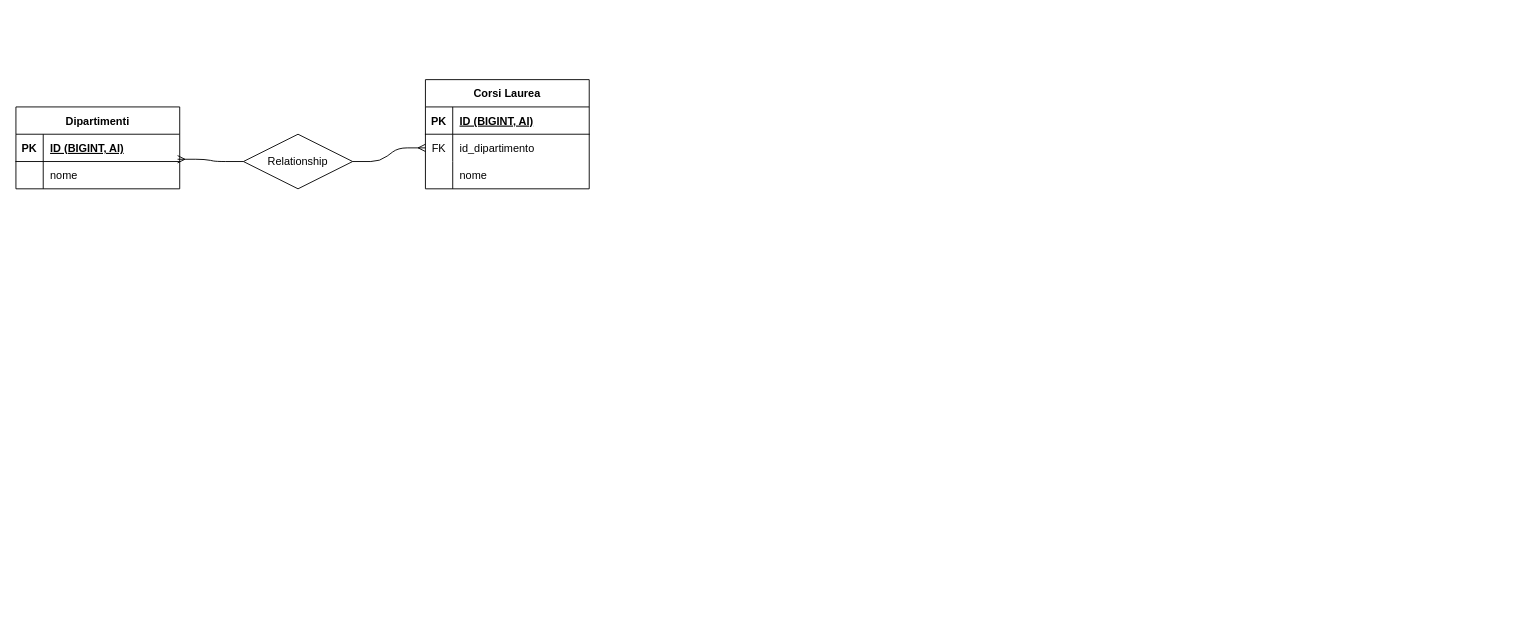
Earlier version of the draw.io diagram schema.drawio (Pietroo03/db-university). Source tidied: cells renumbered, new cells numbered last; positions are measured from the earlier drawing's top-left corner, leaving out a move shared by most shapes. Both pictures are drawn from the tidied source at 91%, with x=0, y=0 at pixel (15, 79).
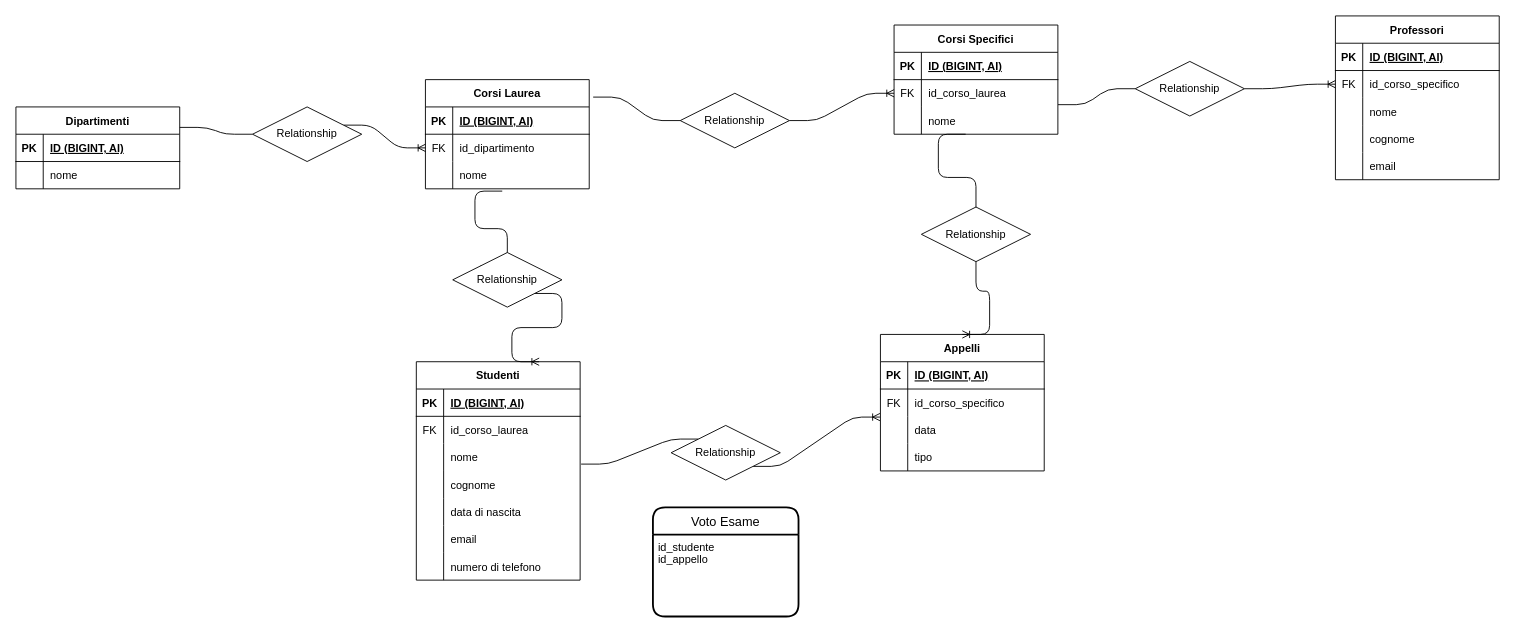
The same diagram, later.

The change refers to these unchanged cells:
```xml
<mxCell id="2" value="Dipartimenti" style="shape=table;startSize=30;childLayout=tableLayout;rowLines=0;fontStyle=1;align=center;" parent="1" vertex="1">
  <mxGeometry y="30" width="180" height="90" as="geometry" />
</mxCell>
<mxCell id="6" style="shape=tableRow;horizontal=0;startSize=0;swimlaneHead=0;swimlaneBody=0;fillColor=none;points=[[0,0.5],[1,0.5]];portConstraint=eastwest;top=0;left=0;right=0;bottom=0;" parent="2" vertex="1">
  <mxGeometry y="60" width="180" height="30" as="geometry" />
</mxCell>
<mxCell id="9" value="Corsi Laurea" style="shape=table;startSize=30;childLayout=tableLayout;rowLines=0;fontStyle=1;align=center;" parent="1" vertex="1">
  <mxGeometry x="450" width="180" height="120" as="geometry" />
</mxCell>
<mxCell id="13" style="shape=tableRow;horizontal=0;startSize=0;swimlaneHead=0;swimlaneBody=0;fillColor=none;points=[[0,0.5],[1,0.5]];portConstraint=eastwest;top=0;left=0;right=0;bottom=0;" parent="9" vertex="1">
  <mxGeometry y="60" width="180" height="30" as="geometry" />
</mxCell>
<mxCell id="16" style="shape=tableRow;horizontal=0;startSize=0;swimlaneHead=0;swimlaneBody=0;fillColor=none;points=[[0,0.5],[1,0.5]];portConstraint=eastwest;top=0;left=0;right=0;bottom=0;" parent="9" vertex="1">
  <mxGeometry y="90" width="180" height="30" as="geometry" />
</mxCell>
```

Change to the diagram source:
```diff
@@
+    <mxCell id="22" value="Corsi Specifici" style="shape=table;startSize=30;childLayout=tableLayout;rowLines=0;fontStyle=1;align=center;" parent="1" vertex="1">
+      <mxGeometry x="965" y="-60" width="180" height="120" as="geometry" />
+    </mxCell>
+    <mxCell id="23" style="shape=tableRow;horizontal=0;startSize=0;swimlaneHead=0;swimlaneBody=0;fillColor=none;top=0;left=0;right=0;bottom=1;" parent="22" vertex="1">
+      <mxGeometry y="30" width="180" height="30" as="geometry" />
+    </mxCell>
+    <mxCell id="24" value="PK" style="shape=partialRectangle;fillColor=none;top=0;left=0;bottom=0;right=0;fontStyle=1;overflow=hidden;" parent="23" vertex="1">
+      <mxGeometry width="30" height="30" as="geometry" />
+    </mxCell>
+    <mxCell id="25" value="ID (BIGINT, AI)" style="shape=partialRectangle;fillColor=none;top=0;left=0;bottom=0;right=0;align=left;spacingLeft=6;fontStyle=5;overflow=hidden;" parent="23" vertex="1">
+      <mxGeometry x="30" width="150" height="30" as="geometry" />
+    </mxCell>
+    <mxCell id="26" style="shape=tableRow;horizontal=0;startSize=0;swimlaneHead=0;swimlaneBody=0;fillColor=none;points=[[0,0.5],[1,0.5]];portConstraint=eastwest;top=0;left=0;right=0;bottom=0;" parent="22" vertex="1">
+      <mxGeometry y="60" width="180" height="30" as="geometry" />
+    </mxCell>
+    <mxCell id="27" value="FK" style="shape=partialRectangle;fillColor=none;top=0;left=0;bottom=0;right=0;overflow=hidden;" parent="26" vertex="1">
+      <mxGeometry width="30" height="30" as="geometry" />
+    </mxCell>
+    <mxCell id="28" value="id_corso_laurea" style="shape=partialRectangle;fillColor=none;top=0;left=0;bottom=0;right=0;align=left;spacingLeft=6;overflow=hidden;" parent="26" vertex="1">
+      <mxGeometry x="30" width="150" height="30" as="geometry" />
+    </mxCell>
+    <mxCell id="29" style="shape=tableRow;horizontal=0;startSize=0;swimlaneHead=0;swimlaneBody=0;fillColor=none;points=[[0,0.5],[1,0.5]];portConstraint=eastwest;top=0;left=0;right=0;bottom=0;" parent="22" vertex="1">
+      <mxGeometry y="90" width="180" height="30" as="geometry" />
+    </mxCell>
+    <mxCell id="30" style="shape=partialRectangle;fillColor=none;top=0;left=0;bottom=0;right=0;overflow=hidden;" parent="29" vertex="1">
+      <mxGeometry width="30" height="30" as="geometry" />
+    </mxCell>
+    <mxCell id="31" value="nome" style="shape=partialRectangle;fillColor=none;top=0;left=0;bottom=0;right=0;align=left;spacingLeft=6;overflow=hidden;" parent="29" vertex="1">
+      <mxGeometry x="30" width="150" height="30" as="geometry" />
+    </mxCell>
-    <mxCell id="19" style="edgeStyle=entityRelationEdgeStyle;fontSize=12;html=1;endArrow=ERmany;startArrow=none;entryX=0;entryY=0.5;entryDx=0;entryDy=0;" parent="1" edge="1" source="21" target="13">
+    <mxCell id="19" style="edgeStyle=entityRelationEdgeStyle;fontSize=12;html=1;endArrow=ERoneToMany;exitX=1;exitY=0.25;exitDx=0;exitDy=0;entryX=0;entryY=0.5;entryDx=0;entryDy=0;startArrow=none;" parent="1" edge="1" source="21" target="13">
       <mxGeometry relative="1" as="geometry" />
     </mxCell>
-    <mxCell id="20" style="edgeStyle=entityRelationEdgeStyle;fontSize=12;html=1;endArrow=none;startArrow=ERmany;entryX=0;entryY=0.5;entryDx=0;entryDy=0;exitX=0.987;exitY=-0.083;exitDx=0;exitDy=0;exitPerimeter=0;" parent="1" edge="1" source="6" target="21">
-      <mxGeometry relative="1" as="geometry" />
-    </mxCell>
+    <mxCell id="32" style="edgeStyle=entityRelationEdgeStyle;fontSize=12;html=1;endArrow=none;exitX=1;exitY=0.25;exitDx=0;exitDy=0;entryX=0;entryY=0.5;entryDx=0;entryDy=0;" parent="1" edge="1" source="2" target="21">
+      <mxGeometry relative="1" as="geometry" />
+    </mxCell>
     <mxCell id="21" value="Relationship" style="shape=rhombus;perimeter=rhombusPerimeter;whiteSpace=wrap;html=1;align=center;" parent="1" vertex="1">
-      <mxGeometry x="250" y="60" width="120" height="60" as="geometry" />
+      <mxGeometry x="260" y="30" width="120" height="60" as="geometry" />
     </mxCell>
+    <mxCell id="33" style="edgeStyle=entityRelationEdgeStyle;fontSize=12;html=1;endArrow=ERoneToMany;exitX=1;exitY=0.5;exitDx=0;exitDy=0;entryX=0;entryY=0.5;entryDx=0;entryDy=0;startArrow=none;" parent="1" edge="1" source="35" target="26">
+      <mxGeometry relative="1" as="geometry" />
+    </mxCell>
+    <mxCell id="34" style="edgeStyle=entityRelationEdgeStyle;fontSize=12;html=1;endArrow=none;exitX=1.024;exitY=0.16;exitDx=0;exitDy=0;exitPerimeter=0;entryX=0;entryY=0.5;entryDx=0;entryDy=0;" parent="1" edge="1" source="9" target="35">
+      <mxGeometry relative="1" as="geometry" />
+    </mxCell>
+    <mxCell id="35" value="Relationship" style="shape=rhombus;perimeter=rhombusPerimeter;whiteSpace=wrap;html=1;align=center;" parent="1" vertex="1">
+      <mxGeometry x="730" y="15" width="120" height="60" as="geometry" />
+    </mxCell>
+    <mxCell id="36" value="Professori" style="shape=table;startSize=30;childLayout=tableLayout;rowLines=0;fontStyle=1;align=center;" parent="1" vertex="1">
+      <mxGeometry x="1450" y="-70" width="180" height="180" as="geometry" />
+    </mxCell>
+    <mxCell id="37" style="shape=tableRow;horizontal=0;startSize=0;swimlaneHead=0;swimlaneBody=0;fillColor=none;top=0;left=0;right=0;bottom=1;" parent="36" vertex="1">
+      <mxGeometry y="30" width="180" height="30" as="geometry" />
+    </mxCell>
+    <mxCell id="38" value="PK" style="shape=partialRectangle;fillColor=none;top=0;left=0;bottom=0;right=0;fontStyle=1;overflow=hidden;" parent="37" vertex="1">
+      <mxGeometry width="30" height="30" as="geometry" />
+    </mxCell>
+    <mxCell id="39" value="ID (BIGINT, AI)" style="shape=partialRectangle;fillColor=none;top=0;left=0;bottom=0;right=0;align=left;spacingLeft=6;fontStyle=5;overflow=hidden;" parent="37" vertex="1">
+      <mxGeometry x="30" width="150" height="30" as="geometry" />
+    </mxCell>
+    <mxCell id="40" style="shape=tableRow;horizontal=0;startSize=0;swimlaneHead=0;swimlaneBody=0;fillColor=none;points=[[0,0.5],[1,0.5]];portConstraint=eastwest;top=0;left=0;right=0;bottom=0;" parent="36" vertex="1">
+      <mxGeometry y="60" width="180" height="30" as="geometry" />
+    </mxCell>
+    <mxCell id="41" value="FK" style="shape=partialRectangle;fillColor=none;top=0;left=0;bottom=0;right=0;overflow=hidden;" parent="40" vertex="1">
+      <mxGeometry width="30" height="30" as="geometry" />
+    </mxCell>
+    <mxCell id="42" value="id_corso_specifico" style="shape=partialRectangle;fillColor=none;top=0;left=0;bottom=0;right=0;align=left;spacingLeft=6;overflow=hidden;" parent="40" vertex="1">
+      <mxGeometry x="30" width="150" height="30" as="geometry" />
+    </mxCell>
+    <mxCell id="43" style="shape=tableRow;horizontal=0;startSize=0;swimlaneHead=0;swimlaneBody=0;fillColor=none;top=0;left=0;right=0;bottom=0;" parent="36" vertex="1">
+      <mxGeometry y="90" width="180" height="30" as="geometry" />
+    </mxCell>
+    <mxCell id="44" style="shape=partialRectangle;fillColor=none;top=0;left=0;bottom=0;right=0;overflow=hidden;" parent="43" vertex="1">
+      <mxGeometry width="30" height="30" as="geometry" />
+    </mxCell>
+    <mxCell id="45" value="nome" style="shape=partialRectangle;fillColor=none;top=0;left=0;bottom=0;right=0;align=left;spacingLeft=6;overflow=hidden;" parent="43" vertex="1">
+      <mxGeometry x="30" width="150" height="30" as="geometry" />
+    </mxCell>
+    <mxCell id="46" style="shape=tableRow;horizontal=0;startSize=0;swimlaneHead=0;swimlaneBody=0;fillColor=none;top=0;left=0;right=0;bottom=0;" parent="36" vertex="1">
+      <mxGeometry y="120" width="180" height="30" as="geometry" />
+    </mxCell>
+    <mxCell id="47" style="shape=partialRectangle;fillColor=none;top=0;left=0;bottom=0;right=0;overflow=hidden;" parent="46" vertex="1">
+      <mxGeometry width="30" height="30" as="geometry" />
+    </mxCell>
+    <mxCell id="48" value="cognome" style="shape=partialRectangle;fillColor=none;top=0;left=0;bottom=0;right=0;align=left;spacingLeft=6;overflow=hidden;" parent="46" vertex="1">
+      <mxGeometry x="30" width="150" height="30" as="geometry" />
+    </mxCell>
+    <mxCell id="49" style="shape=tableRow;horizontal=0;startSize=0;swimlaneHead=0;swimlaneBody=0;fillColor=none;top=0;left=0;right=0;bottom=0;" parent="36" vertex="1">
+      <mxGeometry y="150" width="180" height="30" as="geometry" />
+    </mxCell>
+    <mxCell id="50" style="shape=partialRectangle;fillColor=none;top=0;left=0;bottom=0;right=0;overflow=hidden;" parent="49" vertex="1">
+      <mxGeometry width="30" height="30" as="geometry" />
+    </mxCell>
+    <mxCell id="51" value="email" style="shape=partialRectangle;fillColor=none;top=0;left=0;bottom=0;right=0;align=left;spacingLeft=6;overflow=hidden;" parent="49" vertex="1">
+      <mxGeometry x="30" width="150" height="30" as="geometry" />
+    </mxCell>
+    <mxCell id="52" style="edgeStyle=entityRelationEdgeStyle;fontSize=12;html=1;endArrow=ERoneToMany;exitX=1;exitY=0.5;exitDx=0;exitDy=0;startArrow=none;" parent="1" edge="1" source="54" target="40">
+      <mxGeometry relative="1" as="geometry" />
+    </mxCell>
+    <mxCell id="53" style="edgeStyle=entityRelationEdgeStyle;fontSize=12;html=1;endArrow=none;entryX=0;entryY=0.5;entryDx=0;entryDy=0;exitX=1.001;exitY=-0.083;exitDx=0;exitDy=0;exitPerimeter=0;" parent="1" edge="1" source="29" target="54">
+      <mxGeometry relative="1" as="geometry" />
+    </mxCell>
+    <mxCell id="54" value="Relationship" style="shape=rhombus;perimeter=rhombusPerimeter;whiteSpace=wrap;html=1;align=center;" parent="1" vertex="1">
+      <mxGeometry x="1230" y="-20" width="120" height="60" as="geometry" />
+    </mxCell>
+    <mxCell id="55" value="Studenti" style="shape=table;startSize=30;childLayout=tableLayout;rowLines=0;fontStyle=1;align=center;" parent="1" vertex="1">
+      <mxGeometry x="440" y="310" width="180" height="240" as="geometry" />
+    </mxCell>
+    <mxCell id="56" style="shape=tableRow;horizontal=0;startSize=0;swimlaneHead=0;swimlaneBody=0;fillColor=none;top=0;left=0;right=0;bottom=1;" parent="55" vertex="1">
+      <mxGeometry y="30" width="180" height="30" as="geometry" />
+    </mxCell>
+    <mxCell id="57" value="PK" style="shape=partialRectangle;fillColor=none;top=0;left=0;bottom=0;right=0;fontStyle=1;overflow=hidden;" parent="56" vertex="1">
+      <mxGeometry width="30" height="30" as="geometry" />
+    </mxCell>
+    <mxCell id="58" value="ID (BIGINT, AI)" style="shape=partialRectangle;fillColor=none;top=0;left=0;bottom=0;right=0;align=left;spacingLeft=6;fontStyle=5;overflow=hidden;" parent="56" vertex="1">
+      <mxGeometry x="30" width="150" height="30" as="geometry" />
+    </mxCell>
+    <mxCell id="59" style="shape=tableRow;horizontal=0;startSize=0;swimlaneHead=0;swimlaneBody=0;fillColor=none;top=0;left=0;right=0;bottom=0;" parent="55" vertex="1">
+      <mxGeometry y="60" width="180" height="30" as="geometry" />
+    </mxCell>
+    <mxCell id="60" value="FK" style="shape=partialRectangle;fillColor=none;top=0;left=0;bottom=0;right=0;overflow=hidden;" parent="59" vertex="1">
+      <mxGeometry width="30" height="30" as="geometry" />
+    </mxCell>
+    <mxCell id="61" value="id_corso_laurea" style="shape=partialRectangle;fillColor=none;top=0;left=0;bottom=0;right=0;align=left;spacingLeft=6;overflow=hidden;" parent="59" vertex="1">
+      <mxGeometry x="30" width="150" height="30" as="geometry" />
+    </mxCell>
+    <mxCell id="62" style="shape=tableRow;horizontal=0;startSize=0;swimlaneHead=0;swimlaneBody=0;fillColor=none;points=[[0,0.5],[1,0.5]];portConstraint=eastwest;top=0;left=0;right=0;bottom=0;" parent="55" vertex="1">
+      <mxGeometry y="90" width="180" height="30" as="geometry" />
+    </mxCell>
+    <mxCell id="63" style="shape=partialRectangle;fillColor=none;top=0;left=0;bottom=0;right=0;overflow=hidden;" parent="62" vertex="1">
+      <mxGeometry width="30" height="30" as="geometry" />
+    </mxCell>
+    <mxCell id="64" value="nome" style="shape=partialRectangle;fillColor=none;top=0;left=0;bottom=0;right=0;align=left;spacingLeft=6;overflow=hidden;" parent="62" vertex="1">
+      <mxGeometry x="30" width="150" height="30" as="geometry" />
+    </mxCell>
+    <mxCell id="65" style="shape=tableRow;horizontal=0;startSize=0;swimlaneHead=0;swimlaneBody=0;fillColor=none;top=0;left=0;right=0;bottom=0;" parent="55" vertex="1">
+      <mxGeometry y="120" width="180" height="30" as="geometry" />
+    </mxCell>
+    <mxCell id="66" style="shape=partialRectangle;fillColor=none;top=0;left=0;bottom=0;right=0;overflow=hidden;" parent="65" vertex="1">
+      <mxGeometry width="30" height="30" as="geometry" />
+    </mxCell>
+    <mxCell id="67" value="cognome" style="shape=partialRectangle;fillColor=none;top=0;left=0;bottom=0;right=0;align=left;spacingLeft=6;overflow=hidden;" parent="65" vertex="1">
+      <mxGeometry x="30" width="150" height="30" as="geometry" />
+    </mxCell>
+    <mxCell id="68" style="shape=tableRow;horizontal=0;startSize=0;swimlaneHead=0;swimlaneBody=0;fillColor=none;top=0;left=0;right=0;bottom=0;" parent="55" vertex="1">
+      <mxGeometry y="150" width="180" height="30" as="geometry" />
+    </mxCell>
+    <mxCell id="69" style="shape=partialRectangle;fillColor=none;top=0;left=0;bottom=0;right=0;overflow=hidden;" parent="68" vertex="1">
+      <mxGeometry width="30" height="30" as="geometry" />
+    </mxCell>
+    <mxCell id="70" value="data di nascita" style="shape=partialRectangle;fillColor=none;top=0;left=0;bottom=0;right=0;align=left;spacingLeft=6;overflow=hidden;" parent="68" vertex="1">
+      <mxGeometry x="30" width="150" height="30" as="geometry" />
+    </mxCell>
+    <mxCell id="71" style="shape=tableRow;horizontal=0;startSize=0;swimlaneHead=0;swimlaneBody=0;fillColor=none;top=0;left=0;right=0;bottom=0;" parent="55" vertex="1">
+      <mxGeometry y="180" width="180" height="30" as="geometry" />
+    </mxCell>
+    <mxCell id="72" style="shape=partialRectangle;fillColor=none;top=0;left=0;bottom=0;right=0;overflow=hidden;" parent="71" vertex="1">
+      <mxGeometry width="30" height="30" as="geometry" />
+    </mxCell>
+    <mxCell id="73" value="email" style="shape=partialRectangle;fillColor=none;top=0;left=0;bottom=0;right=0;align=left;spacingLeft=6;overflow=hidden;" parent="71" vertex="1">
+      <mxGeometry x="30" width="150" height="30" as="geometry" />
+    </mxCell>
+    <mxCell id="74" style="shape=tableRow;horizontal=0;startSize=0;swimlaneHead=0;swimlaneBody=0;fillColor=none;top=0;left=0;right=0;bottom=0;" parent="55" vertex="1">
+      <mxGeometry y="210" width="180" height="30" as="geometry" />
+    </mxCell>
+    <mxCell id="75" style="shape=partialRectangle;fillColor=none;top=0;left=0;bottom=0;right=0;overflow=hidden;" parent="74" vertex="1">
+      <mxGeometry width="30" height="30" as="geometry" />
+    </mxCell>
+    <mxCell id="76" value="numero di telefono" style="shape=partialRectangle;fillColor=none;top=0;left=0;bottom=0;right=0;align=left;spacingLeft=6;overflow=hidden;" parent="74" vertex="1">
+      <mxGeometry x="30" width="150" height="30" as="geometry" />
+    </mxCell>
+    <mxCell id="77" style="edgeStyle=entityRelationEdgeStyle;fontSize=12;html=1;endArrow=ERoneToMany;entryX=0.75;entryY=0;entryDx=0;entryDy=0;exitX=1;exitY=1;exitDx=0;exitDy=0;startArrow=none;" parent="1" edge="1" source="79" target="55">
+      <mxGeometry relative="1" as="geometry" />
+    </mxCell>
+    <mxCell id="78" style="edgeStyle=entityRelationEdgeStyle;fontSize=12;html=1;endArrow=none;entryX=0;entryY=0;entryDx=0;entryDy=0;exitX=0.469;exitY=1.084;exitDx=0;exitDy=0;exitPerimeter=0;" parent="1" edge="1" source="16" target="79">
+      <mxGeometry relative="1" as="geometry" />
+    </mxCell>
+    <mxCell id="79" value="Relationship" style="shape=rhombus;perimeter=rhombusPerimeter;whiteSpace=wrap;html=1;align=center;" parent="1" vertex="1">
+      <mxGeometry x="480" y="190" width="120" height="60" as="geometry" />
+    </mxCell>
+    <mxCell id="80" value="Appelli" style="shape=table;startSize=30;childLayout=tableLayout;rowLines=0;fontStyle=1;align=center;" parent="1" vertex="1">
+      <mxGeometry x="950" y="280" width="180" height="150" as="geometry" />
+    </mxCell>
+    <mxCell id="81" style="shape=tableRow;horizontal=0;startSize=0;swimlaneHead=0;swimlaneBody=0;fillColor=none;top=0;left=0;right=0;bottom=1;" parent="80" vertex="1">
+      <mxGeometry y="30" width="180" height="30" as="geometry" />
+    </mxCell>
+    <mxCell id="82" value="PK" style="shape=partialRectangle;fillColor=none;top=0;left=0;bottom=0;right=0;fontStyle=1;overflow=hidden;" parent="81" vertex="1">
+      <mxGeometry width="30" height="30" as="geometry" />
+    </mxCell>
+    <mxCell id="83" value="ID (BIGINT, AI)" style="shape=partialRectangle;fillColor=none;top=0;left=0;bottom=0;right=0;align=left;spacingLeft=6;fontStyle=5;overflow=hidden;" parent="81" vertex="1">
+      <mxGeometry x="30" width="150" height="30" as="geometry" />
+    </mxCell>
+    <mxCell id="84" style="shape=tableRow;horizontal=0;startSize=0;swimlaneHead=0;swimlaneBody=0;fillColor=none;top=0;left=0;right=0;bottom=0;" parent="80" vertex="1">
+      <mxGeometry y="60" width="180" height="30" as="geometry" />
+    </mxCell>
+    <mxCell id="85" value="FK" style="shape=partialRectangle;fillColor=none;top=0;left=0;bottom=0;right=0;overflow=hidden;" parent="84" vertex="1">
+      <mxGeometry width="30" height="30" as="geometry" />
+    </mxCell>
+    <mxCell id="86" value="id_corso_specifico" style="shape=partialRectangle;fillColor=none;top=0;left=0;bottom=0;right=0;align=left;spacingLeft=6;overflow=hidden;" parent="84" vertex="1">
+      <mxGeometry x="30" width="150" height="30" as="geometry" />
+    </mxCell>
+    <mxCell id="87" style="shape=tableRow;horizontal=0;startSize=0;swimlaneHead=0;swimlaneBody=0;fillColor=none;points=[[0,0.5],[1,0.5]];portConstraint=eastwest;top=0;left=0;right=0;bottom=0;" parent="80" vertex="1">
+      <mxGeometry y="90" width="180" height="30" as="geometry" />
+    </mxCell>
+    <mxCell id="88" style="shape=partialRectangle;fillColor=none;top=0;left=0;bottom=0;right=0;overflow=hidden;" parent="87" vertex="1">
+      <mxGeometry width="30" height="30" as="geometry" />
+    </mxCell>
+    <mxCell id="89" value="data" style="shape=partialRectangle;fillColor=none;top=0;left=0;bottom=0;right=0;align=left;spacingLeft=6;overflow=hidden;" parent="87" vertex="1">
+      <mxGeometry x="30" width="150" height="30" as="geometry" />
+    </mxCell>
+    <mxCell id="90" style="shape=tableRow;horizontal=0;startSize=0;swimlaneHead=0;swimlaneBody=0;fillColor=none;top=0;left=0;right=0;bottom=0;" parent="80" vertex="1">
+      <mxGeometry y="120" width="180" height="30" as="geometry" />
+    </mxCell>
+    <mxCell id="91" style="shape=partialRectangle;fillColor=none;top=0;left=0;bottom=0;right=0;overflow=hidden;" parent="90" vertex="1">
+      <mxGeometry width="30" height="30" as="geometry" />
+    </mxCell>
+    <mxCell id="92" value="tipo" style="shape=partialRectangle;fillColor=none;top=0;left=0;bottom=0;right=0;align=left;spacingLeft=6;overflow=hidden;" parent="90" vertex="1">
+      <mxGeometry x="30" width="150" height="30" as="geometry" />
+    </mxCell>
+    <mxCell id="93" style="edgeStyle=entityRelationEdgeStyle;fontSize=12;html=1;endArrow=ERoneToMany;entryX=0.5;entryY=0;entryDx=0;entryDy=0;exitX=1;exitY=1;exitDx=0;exitDy=0;startArrow=none;" parent="1" edge="1" source="95" target="80">
+      <mxGeometry relative="1" as="geometry" />
+    </mxCell>
+    <mxCell id="94" style="edgeStyle=entityRelationEdgeStyle;fontSize=12;html=1;endArrow=none;entryX=0;entryY=0;entryDx=0;entryDy=0;exitX=0.437;exitY=1;exitDx=0;exitDy=0;exitPerimeter=0;" parent="1" edge="1" source="29" target="95">
+      <mxGeometry relative="1" as="geometry" />
+    </mxCell>
+    <mxCell id="95" value="Relationship" style="shape=rhombus;perimeter=rhombusPerimeter;whiteSpace=wrap;html=1;align=center;" parent="1" vertex="1">
+      <mxGeometry x="995" y="140" width="120" height="60" as="geometry" />
+    </mxCell>
+    <mxCell id="96" style="edgeStyle=entityRelationEdgeStyle;fontSize=12;html=1;endArrow=ERoneToMany;entryX=-0.003;entryY=0.028;entryDx=0;entryDy=0;entryPerimeter=0;exitX=1;exitY=1;exitDx=0;exitDy=0;startArrow=none;" parent="1" edge="1" source="98" target="87">
+      <mxGeometry relative="1" as="geometry" />
+    </mxCell>
+    <mxCell id="97" style="edgeStyle=entityRelationEdgeStyle;fontSize=12;html=1;endArrow=none;entryX=0;entryY=0;entryDx=0;entryDy=0;exitX=1.006;exitY=0.75;exitDx=0;exitDy=0;exitPerimeter=0;" parent="1" edge="1" source="62" target="98">
+      <mxGeometry relative="1" as="geometry" />
+    </mxCell>
+    <mxCell id="98" value="Relationship" style="shape=rhombus;perimeter=rhombusPerimeter;whiteSpace=wrap;html=1;align=center;" parent="1" vertex="1">
+      <mxGeometry x="720" y="380" width="120" height="60" as="geometry" />
+    </mxCell>
+    <mxCell id="99" value="Voto Esame" style="swimlane;horizontal=1;startSize=30;rounded=1;fontSize=14;fontStyle=0;strokeWidth=2;shadow=0;dashed=0;align=center;" parent="1" vertex="1">
+      <mxGeometry x="700" y="470" width="160" height="120" as="geometry" />
+    </mxCell>
+    <mxCell id="100" value="id_studente&#10;id_appello" style="align=left;strokeColor=none;fillColor=none;spacingLeft=4;fontSize=12;verticalAlign=top;" parent="99" vertex="1">
+      <mxGeometry y="30" width="160" height="90" as="geometry" />
+    </mxCell>
```
